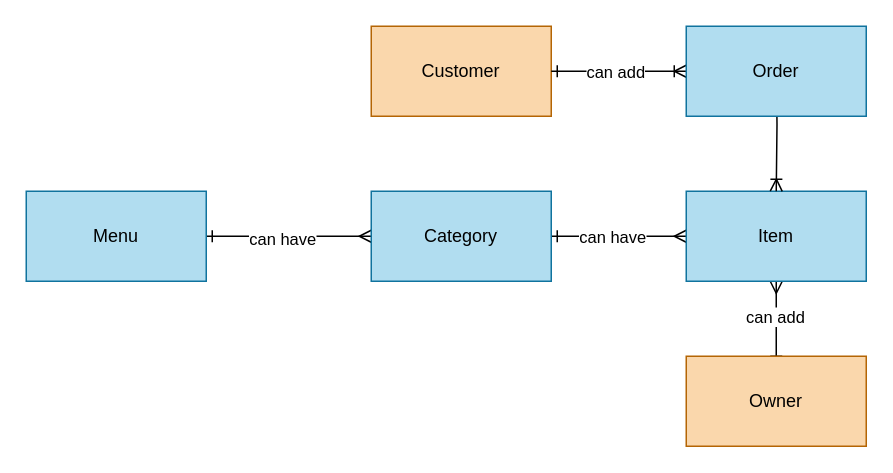
Earlier version of the draw.io diagram page "ERD" (2 of 4) of Chicken.drawio (swara731/Uml-Diagrams). Source tidied: cells renumbered, new cells numbered last; positions are measured from the earlier drawing's top-left corner, leaving out a move shared by most shapes. Both pictures are drawn from the tidied source at 150%, with x=0, y=0 at pixel (26, 26).
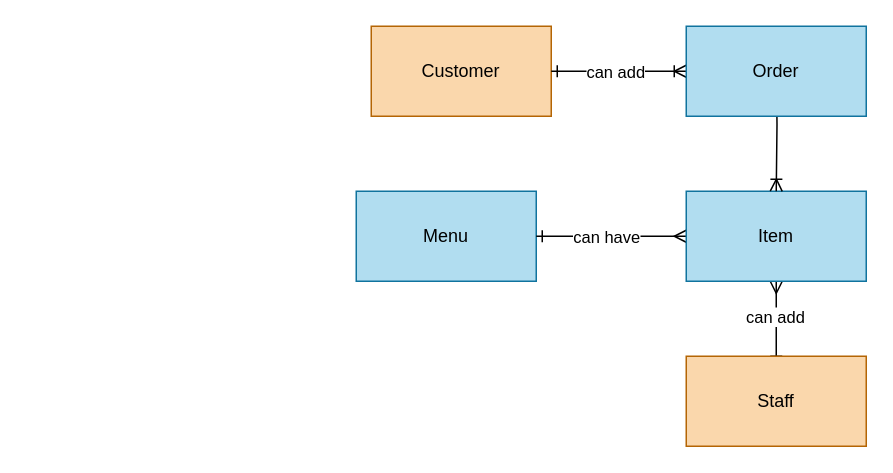
The same page after the edit.

The change refers to these unchanged cells:
```xml
<mxCell id="10" value="Item" style="rounded=0;whiteSpace=wrap;html=1;fillColor=#b1ddf0;strokeColor=#10739e;" parent="1" vertex="1">
  <mxGeometry x="440" y="110" width="120" height="60" as="geometry" />
</mxCell>
```

Change to the diagram source:
```diff
@@
-    <mxCell id="2" style="edgeStyle=orthogonalEdgeStyle;rounded=0;jettySize=auto;html=1;endArrow=ERmany;endFill=0;startArrow=ERone;startFill=0;" parent="1" edge="1" source="4" target="7">
-      <mxGeometry relative="1" as="geometry">
-        <Array as="points">
-          <mxPoint x="260" y="140" />
-          <mxPoint x="260" y="140" />
-        </Array>
-      </mxGeometry>
-    </mxCell>
-    <mxCell id="3" value="can have" style="edgeLabel;html=1;align=center;verticalAlign=middle;" parent="2" vertex="1">
-      <mxGeometry x="-0.09" y="-1" relative="1" as="geometry" />
-    </mxCell>
     <mxCell id="4" value="Menu" style="rounded=0;whiteSpace=wrap;html=1;fillColor=#b1ddf0;strokeColor=#10739e;" parent="1" vertex="1">
-      <mxGeometry y="110" width="120" height="60" as="geometry" />
+      <mxGeometry x="220" y="110" width="120" height="60" as="geometry" />
     </mxCell>
-    <mxCell id="5" style="edgeStyle=orthogonalEdgeStyle;rounded=0;jettySize=auto;html=1;entryX=0;entryY=0.5;entryDx=0;entryDy=0;endArrow=ERmany;endFill=0;startArrow=ERone;startFill=0;" parent="1" edge="1" source="7" target="10">
+    <mxCell id="5" style="edgeStyle=orthogonalEdgeStyle;rounded=0;jettySize=auto;html=1;entryX=0;entryY=0.5;entryDx=0;entryDy=0;endArrow=ERmany;endFill=0;startArrow=ERone;startFill=0;exitX=1;exitY=0.5;exitDx=0;exitDy=0;" parent="1" edge="1" source="4" target="10">
       <mxGeometry relative="1" as="geometry" />
     </mxCell>
@@
-    <mxCell id="7" value="Category" style="rounded=0;whiteSpace=wrap;html=1;fillColor=#b1ddf0;strokeColor=#10739e;" parent="1" vertex="1">
-      <mxGeometry x="230" y="110" width="120" height="60" as="geometry" />
-    </mxCell>
@@
-    <mxCell id="11" value="Owner" style="rounded=0;whiteSpace=wrap;html=1;fillColor=#fad7ac;strokeColor=#b46504;" parent="1" vertex="1">
+    <mxCell id="11" value="Staff" style="rounded=0;whiteSpace=wrap;html=1;fillColor=#fad7ac;strokeColor=#b46504;" parent="1" vertex="1">
       <mxGeometry x="440" y="220" width="120" height="60" as="geometry" />
     </mxCell>
```
